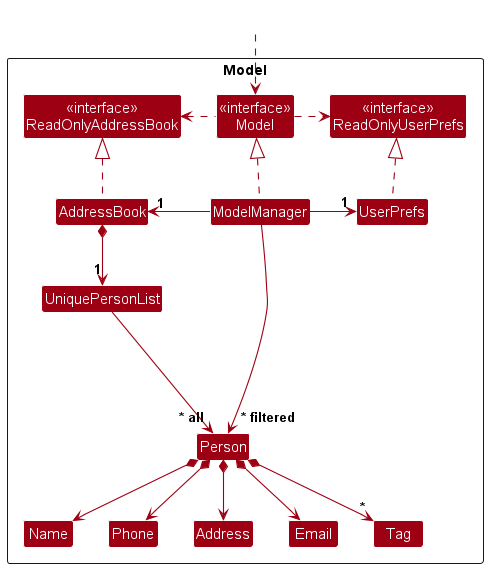
nus-cs2103-AY2324S2/tp keeps this PlantUML diagram as docs/images/ModelClassDiagram.png. Above is the earlier version.
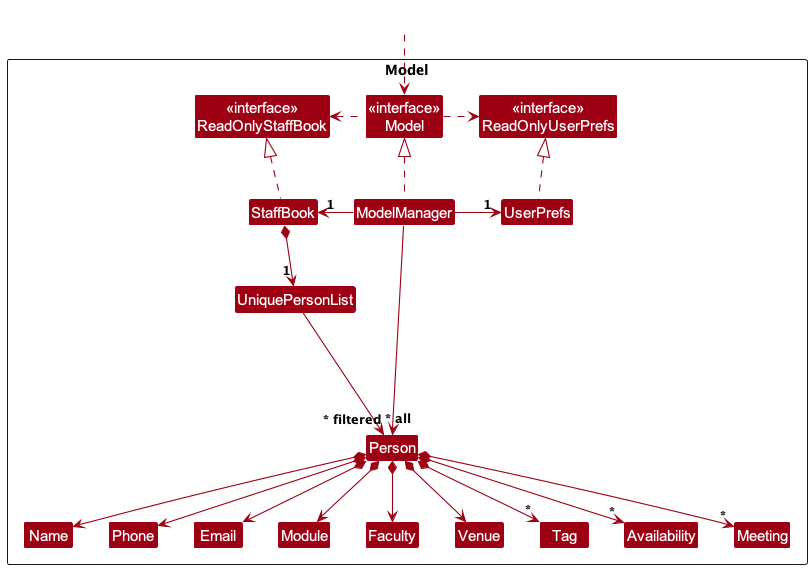
The same file after the commit.

Commit message:
Update model class diagram image

What changed in the source:
```diff
@@ -5,20 +5,24 @@
 skinparam classBackgroundColor MODEL_COLOR
 
 Package Model as ModelPackage <<Rectangle>>{
-Class "<<interface>>\nReadOnlyAddressBook" as ReadOnlyAddressBook
+Class "<<interface>>\nReadOnlyStaffBook" as ReadOnlyStaffBook
 Class "<<interface>>\nReadOnlyUserPrefs" as ReadOnlyUserPrefs
 Class "<<interface>>\nModel" as Model
-Class AddressBook
+Class StaffBook
 Class ModelManager
 Class UserPrefs
 
 Class UniquePersonList
 Class Person
-Class Address
-Class Email
 Class Name
 Class Phone
+Class Email
+Class Module
+Class Faculty
+Class Venue
 Class Tag
+Class Availability
+Class Meeting
 
 Class I #FFFFFF
 }
@@ -26,29 +30,38 @@
 Class HiddenOutside #FFFFFF
 HiddenOutside ..> Model
 
-AddressBook .up.|> ReadOnlyAddressBook
+StaffBook .up.|> ReadOnlyStaffBook
 
 ModelManager .up.|> Model
 Model .right.> ReadOnlyUserPrefs
-Model .left.> ReadOnlyAddressBook
-ModelManager -left-> "1" AddressBook
+Model .left.> ReadOnlyStaffBook
+ModelManager -left-> "1" StaffBook
 ModelManager -right-> "1" UserPrefs
 UserPrefs .up.|> ReadOnlyUserPrefs
 
-AddressBook *--> "1" UniquePersonList
+StaffBook *--> "1" UniquePersonList
 UniquePersonList --> "~* all" Person
 Person *--> Name
 Person *--> Phone
 Person *--> Email
-Person *--> Address
+Person *--> Module
+Person *--> Faculty
+Person *--> Venue
 Person *--> "*" Tag
+Person *--> "*" Availability
+Person *--> "*" Meeting
 
 Person -[hidden]up--> I
 UniquePersonList -[hidden]right-> I
 
 Name -[hidden]right-> Phone
-Phone -[hidden]right-> Address
-Address -[hidden]right-> Email
+Phone -[hidden]right-> Email
+Email -[hidden]right-> Module
+Module -[hidden]right-> Faculty
+Faculty -[hidden]right-> Venue
+Venue -[hidden]right-> Tag
+Tag -[hidden]right-> Availability
+Availability -[hidden]right-> Meeting
 
 ModelManager --> "~* filtered" Person
 @enduml
```
